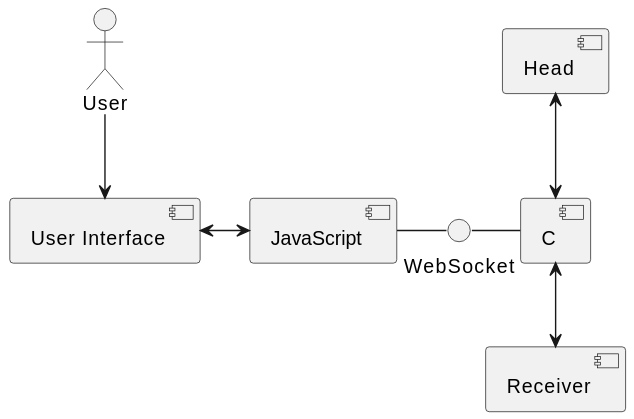
The PlantUML diagram out/design/komponentendiagramm/Komponentendiagramm.svg in luki0502/antscan, before a commit. The source it was exported from:
```plantuml
@startuml Komponentendiagramm

[C] as C
[User Interface] as HTML
[JavaScript] as JS
[Head] as SK
[Receiver] as ME
interface "WebSocket" as WS
actor "User" as user

HTML <-> JS
JS - WS
WS - C
user -down-> HTML
C <-down-> ME
C <-up-> SK


@enduml
```
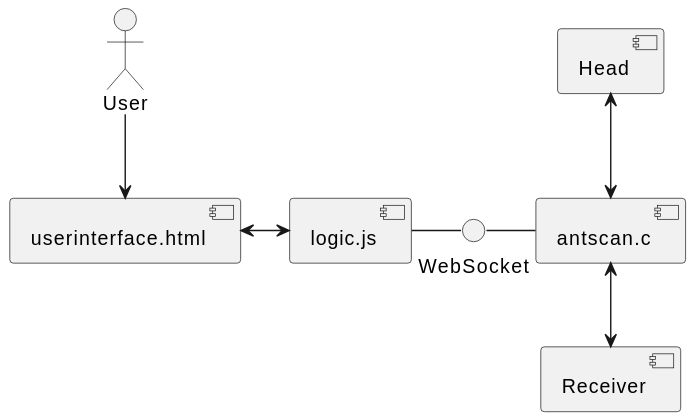
After the commit.

Diff of the diagram source:
```diff
@@ -1,8 +1,8 @@
 @startuml Komponentendiagramm
 
-[C] as C
-[User Interface] as HTML
-[JavaScript] as JS
+[antscan.c] as C
+[userinterface.html] as HTML
+[logic.js] as JS
 [Head] as SK
 [Receiver] as ME
 interface "WebSocket" as WS
```
